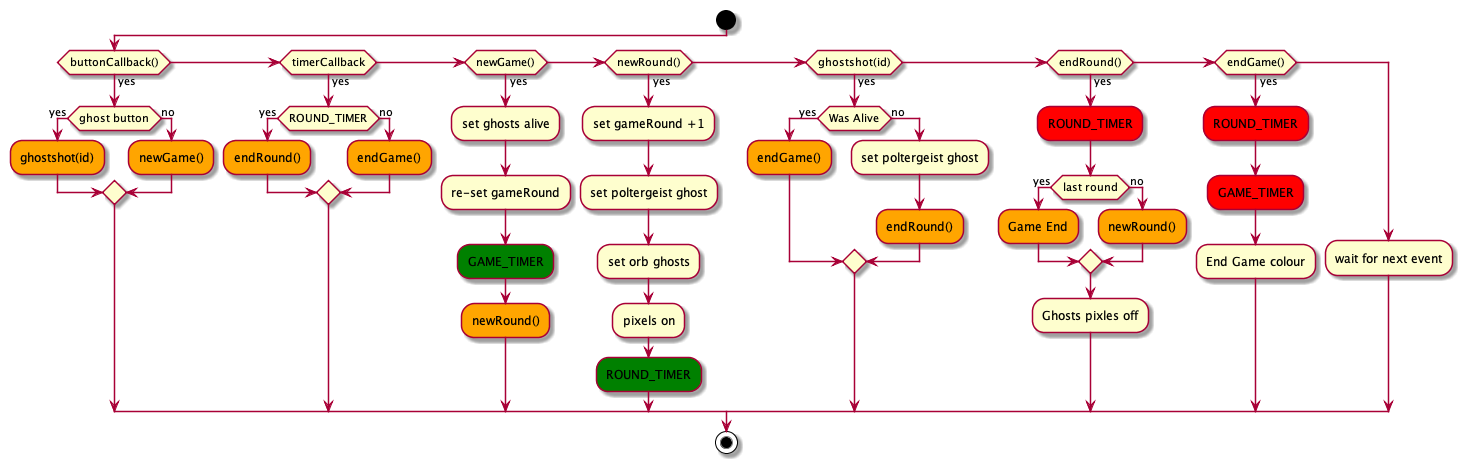
Earlier version of the PlantUML export images/flow.png (chrisjoyce911/halloween-ghostfire).
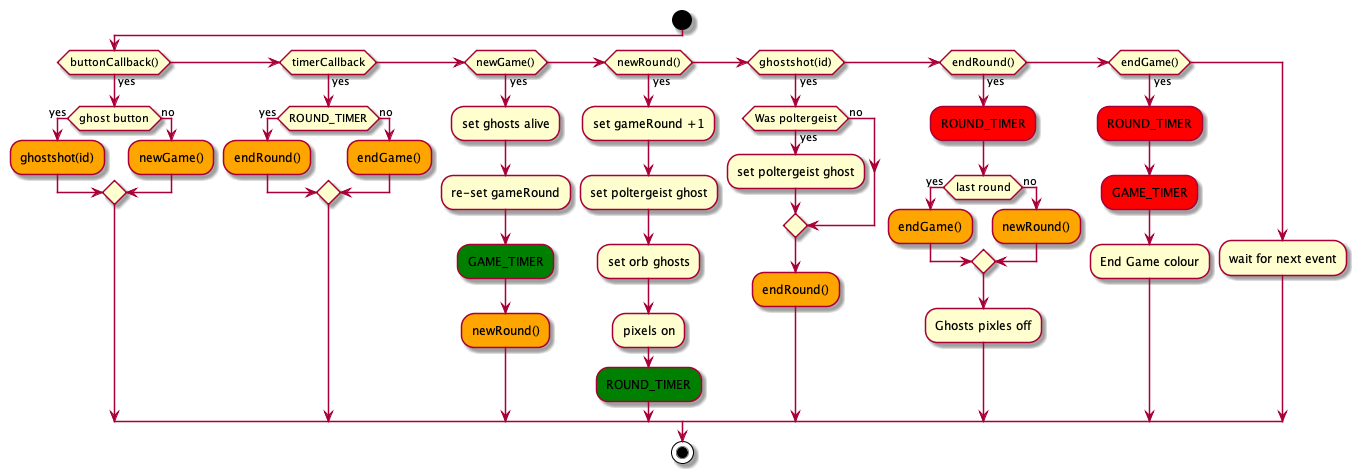
Later version of the same file.

Commit message:
Improved flow

The edit, as a diff of the source:
```diff
@@ -29,17 +29,17 @@
   #Green:ROUND_TIMER;
 
 elseif (ghostshot(id)) then (yes)
-    if (Was Alive) then (yes)
-    #Orange:endGame();
+    if (Was poltergeist) then (yes)
+    :set poltergeist ghost;
   else (no)
-    :set poltergeist ghost;
-    #Orange:endRound();
+
   endif
+#Orange:endRound();
 
 elseif (endRound()) then (yes)
   #Red:ROUND_TIMER;
   if (last round) then (yes)
-    #Orange:Game End;
+    #Orange:endGame();
   else (no)
     #Orange:newRound();
   endif
```
